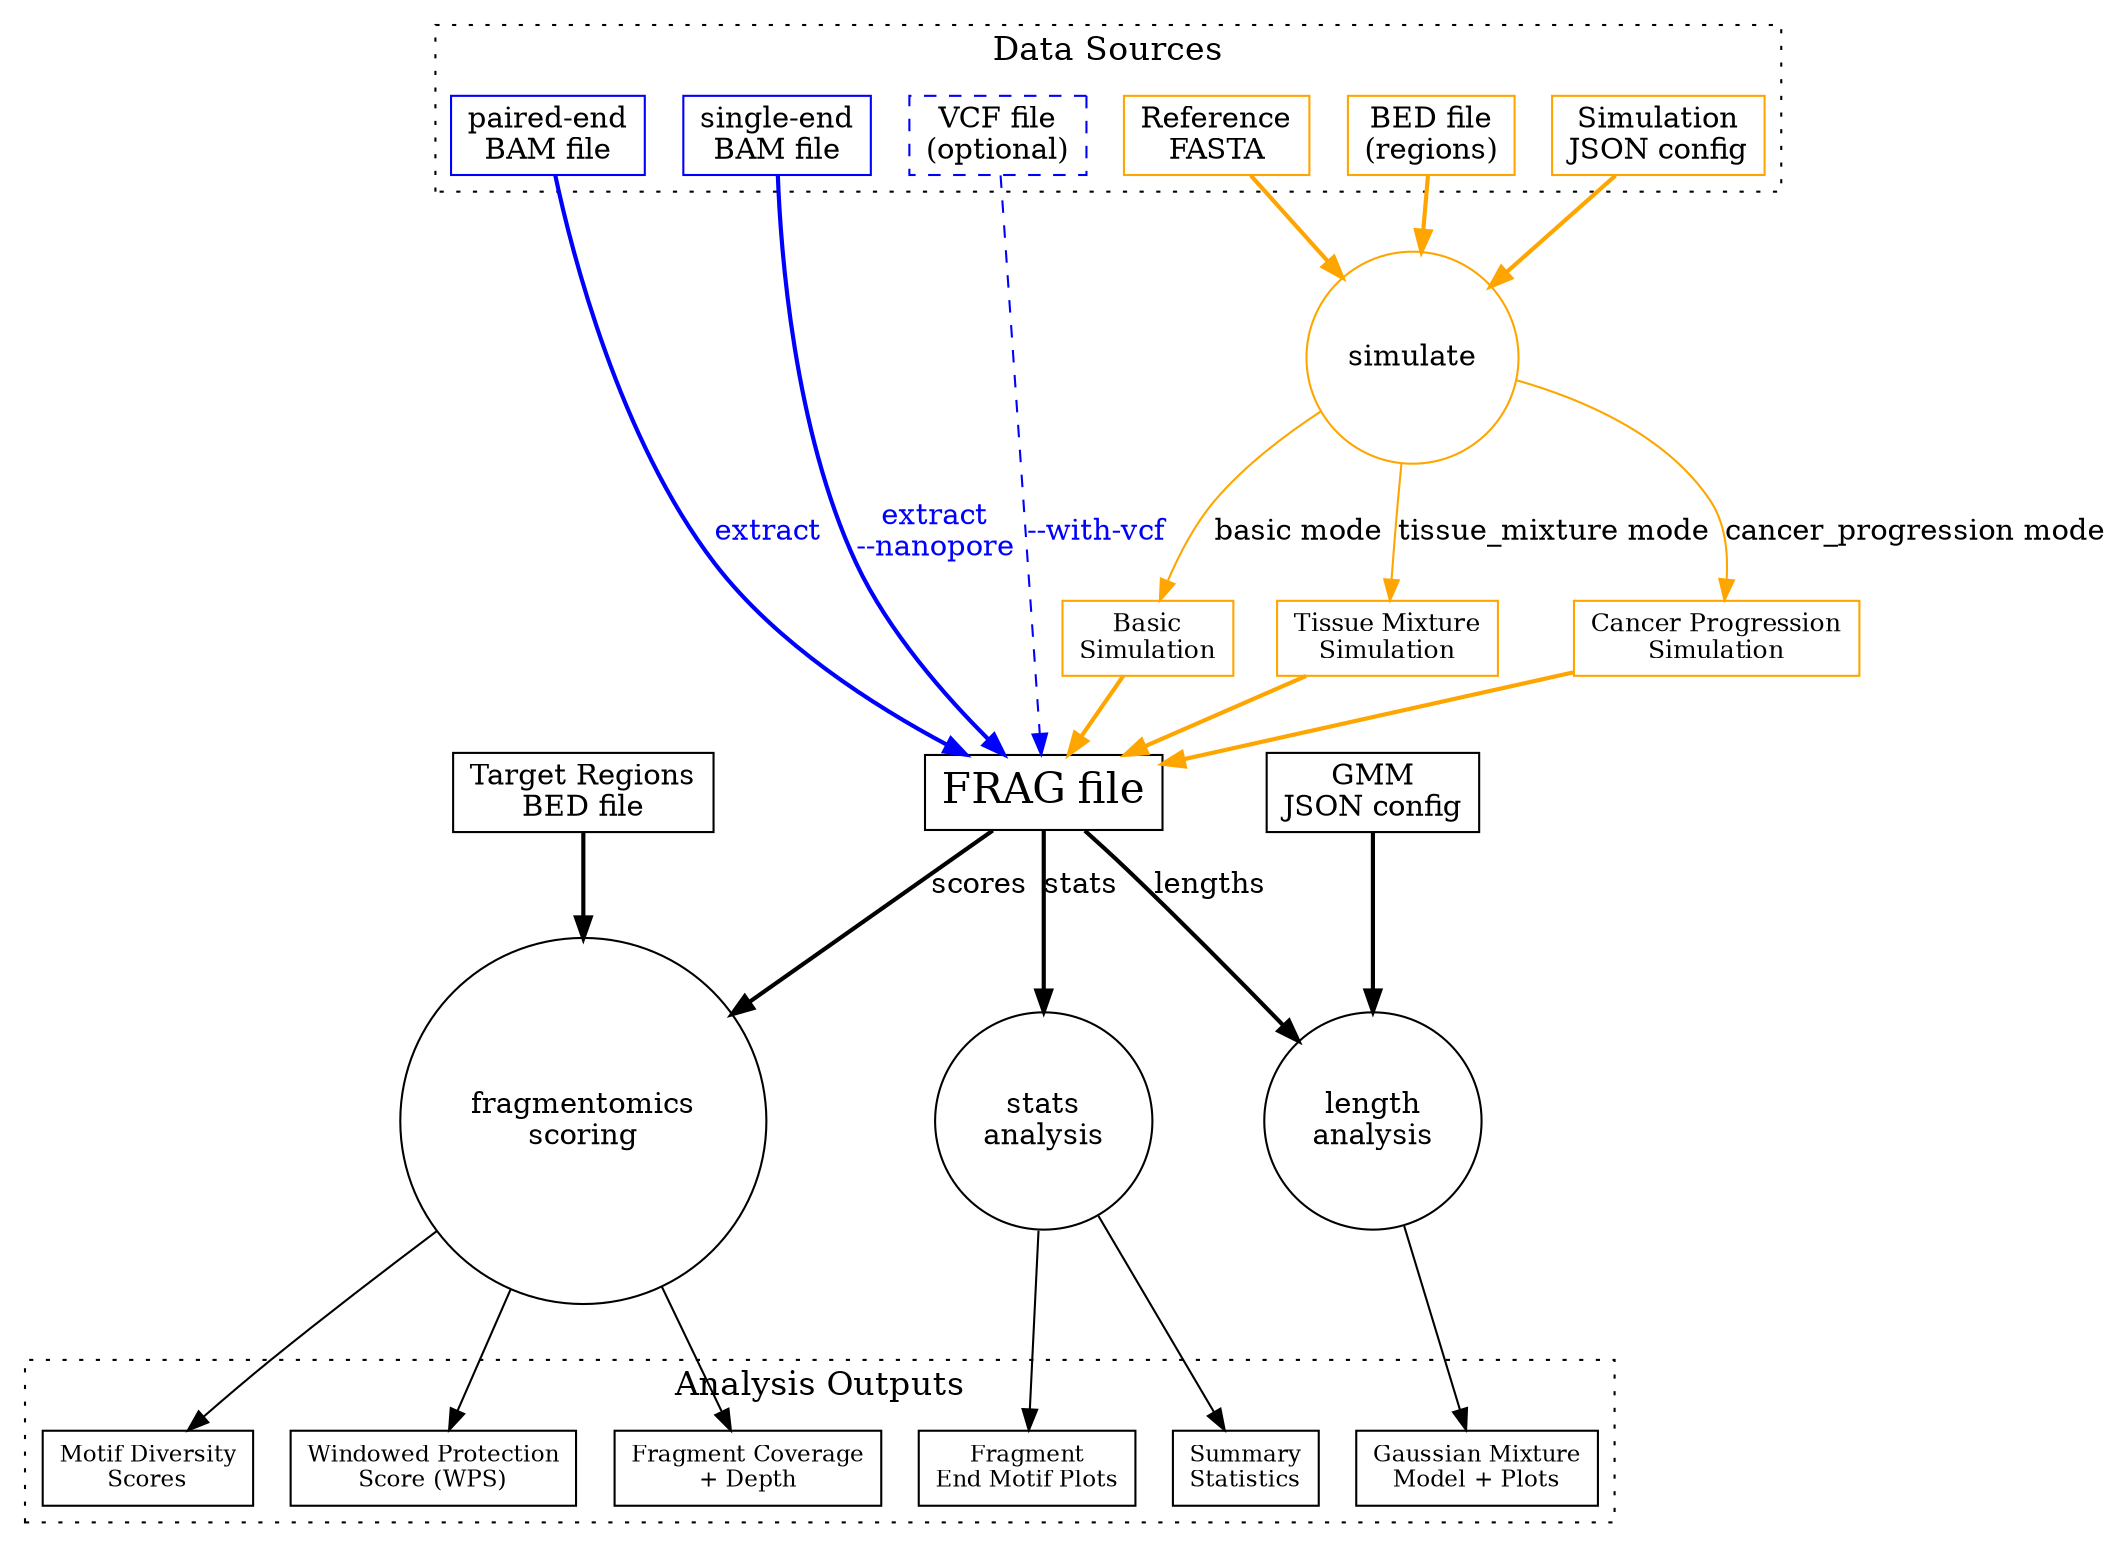
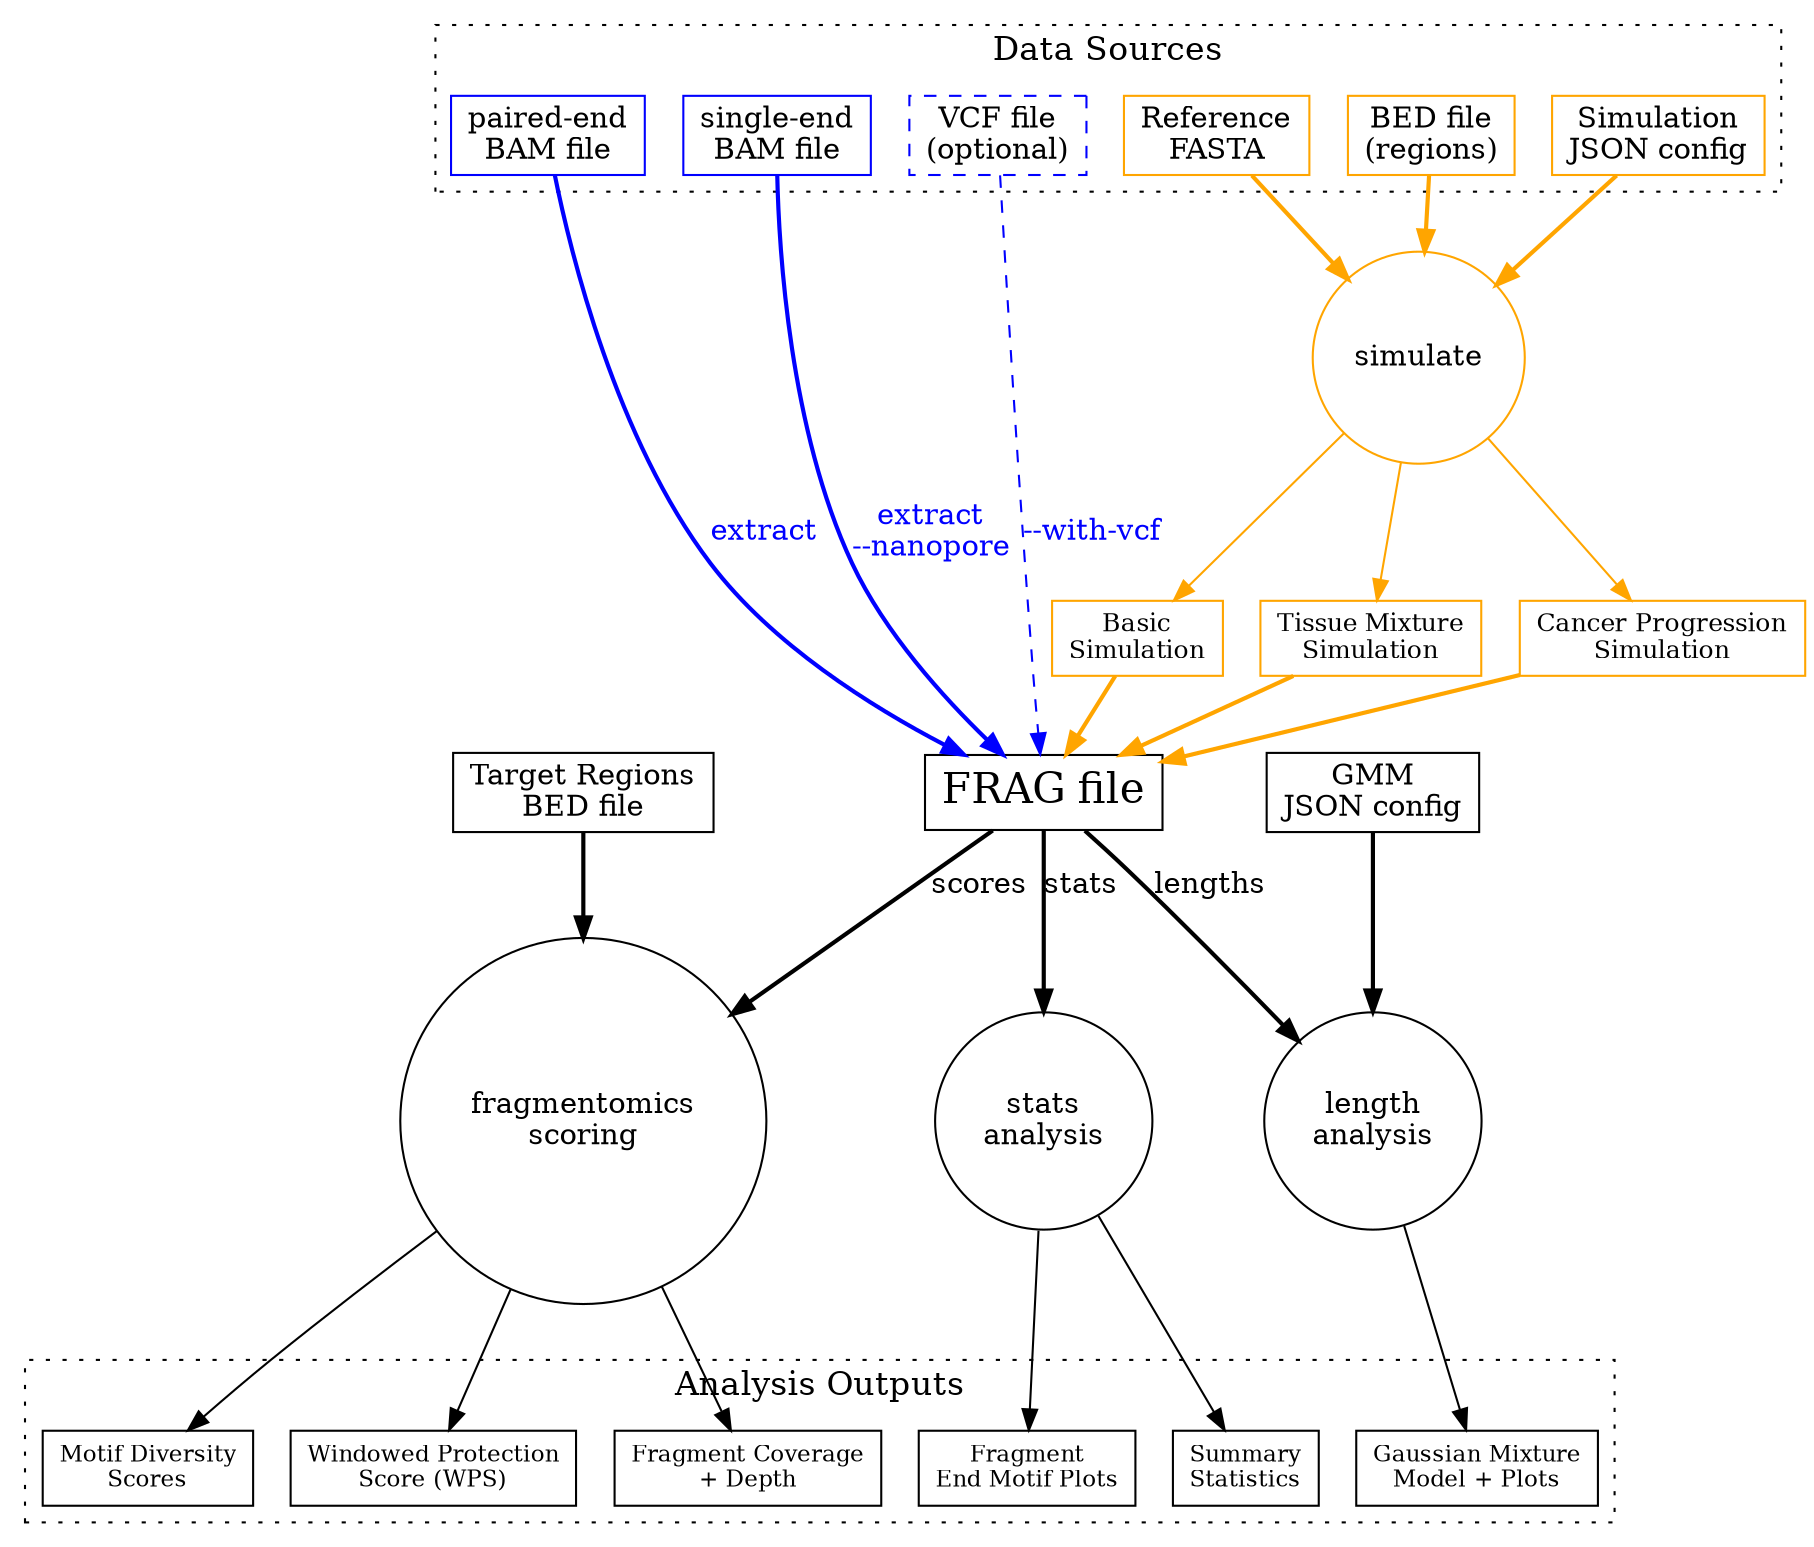
// This file is part of `pyfraglib`, a software suite to calculate fragmentomics
// features from cfDNA and perform downstream analyses.
//
// Copyright (C) 2024 Daniel Schütte, daniel.schuette@iccb-cologne.org
//
// This program is free software: you can redistribute it and/or modify it under
// the terms of the GNU General Public License as published by the Free Software
// Foundation, either version 3 of the License, or (at your option) any later
// version. This program is distributed in the hope that it will be useful, but
// WITHOUT ANY WARRANTY; without even the implied warranty of MERCHANTABILITY or
// FITNESS FOR A PARTICULAR PURPOSE.  See the GNU General Public License for
// more details. You should have received a copy of the GNU General Public
// License along with this program. If not, see <https://www.gnu.org/licenses/>.

digraph Workflow {
    // Sometimes, we want a transparent figure for presentations, etc.
    // > bgcolor="transparent";

    // Organize layout with subgraphs
    subgraph cluster_data_sources {
        label="Data Sources";
        style=dotted;
        fontsize=16;

        A0 [label="paired-end\nBAM file",shape=box,fontsize=14,color=blue];
        A1 [label="single-end\nBAM file",shape=box,fontsize=14,color=blue];
        AA [label="VCF file\n(optional)",shape=box,fontsize=14,style=dashed,color=blue];

        // Simulation inputs
        FASTA [label="Reference\nFASTA",shape=box,fontsize=14,color=orange];
        BED_SIM [label="BED file\n(regions)",shape=box,fontsize=14,color=orange];
        CONFIG_SIM [label="Simulation\nJSON config",shape=box,fontsize=14,color=orange];
    }

    SIM [label="simulate",shape=circle,fontsize=14,color=orange];
    SIM_BASIC [label="Basic\nSimulation",shape=box,fontsize=12,color=orange];
    SIM_TISSUE [label="Tissue Mixture\nSimulation",shape=box,fontsize=12,color=orange];
    SIM_CANCER [label="Cancer Progression\nSimulation",shape=box,fontsize=12,color=orange];
    B [label="FRAG file",shape=box,fontsize=20];

    C [label="stats\nanalysis",shape=circle,fontsize=14];
    D [label="length\nanalysis",shape=circle,fontsize=14];
    E [label="fragmentomics\nscoring",shape=circle,fontsize=14];

    subgraph cluster_outputs {
        label="Analysis Outputs";
        style=dotted;
        fontsize=16;

        // Stats outputs
        I [label="Fragment\nEnd Motif Plots",shape=box,fontsize=11];
        J [label="Summary\nStatistics",shape=box,fontsize=11];

        // Length outputs
        H [label="Gaussian Mixture\nModel + Plots",shape=box,fontsize=11];

        // Score outputs
        F [label="Motif Diversity\nScores",shape=box,fontsize=11];
        G [label="Windowed Protection\nScore (WPS)",shape=box,fontsize=11];
        GG [label="Fragment Coverage\n+ Depth",shape=box,fontsize=11];
    }

    // Data extraction workflow
    A0 -> B [label="extract",fontcolor=blue,style=bold,penwidth=2,color=blue];
    A1 -> B [label="extract\n--nanopore",fontcolor=blue,style=bold,penwidth=2,color=blue];
    AA -> B [label="--with-vcf",fontcolor=blue,style=dashed,color=blue];

    // Simulation workflow
    FASTA -> SIM [color=orange,penwidth=2];
    BED_SIM -> SIM [color=orange,penwidth=2];
    CONFIG_SIM -> SIM [color=orange,penwidth=2];

-     SIM -> SIM_BASIC [label="basic mode",color=orange];
-     SIM -> SIM_TISSUE [label="tissue_mixture mode",color=orange];
-     SIM -> SIM_CANCER [label="cancer_progression mode",color=orange];
+     SIM -> SIM_BASIC [color=orange];
+     SIM -> SIM_TISSUE [color=orange];
+     SIM -> SIM_CANCER [color=orange];

    SIM_BASIC -> B [color=orange,penwidth=2];
    SIM_TISSUE -> B [color=orange,penwidth=2];
    SIM_CANCER -> B [color=orange,penwidth=2];

    // Analysis workflows
    B -> C [label="stats",style=bold,penwidth=2];
    B -> D [label="lengths",style=bold,penwidth=2];
    B -> E [label="scores",style=bold,penwidth=2];

    // Configuration inputs for analysis
    DD [label="GMM\nJSON config",shape=box,fontsize=14];
    EE [label="Target Regions\nBED file",shape=box,fontsize=14];

    DD -> D [style=bold];
    EE -> E [style=bold];

    // Analysis outputs
    C -> I;
    C -> J;
    D -> H;
    E -> F;
    E -> G;
    E -> GG;
}
